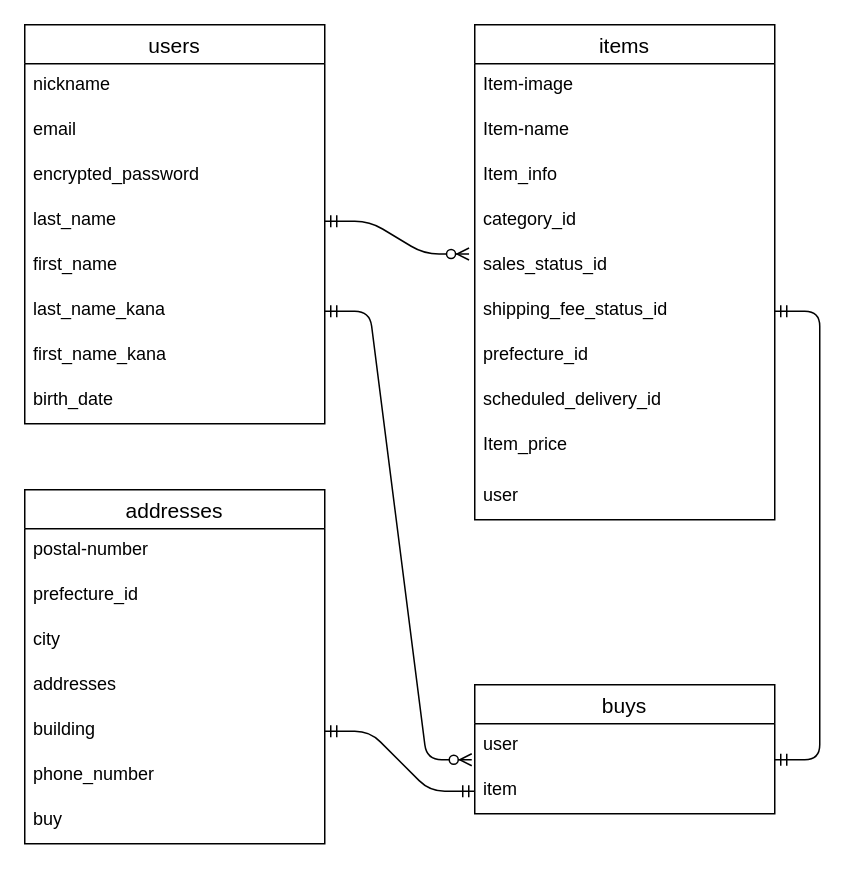
Earlier version of the draw.io diagram test.dio (hhhaaruu/furima-38630). Source tidied: cells renumbered, new cells numbered last; positions are measured from the earlier drawing's top-left corner, leaving out a move shared by most shapes. Both pictures are drawn from the tidied source at 150%, with x=0, y=0 at pixel (24, 24).
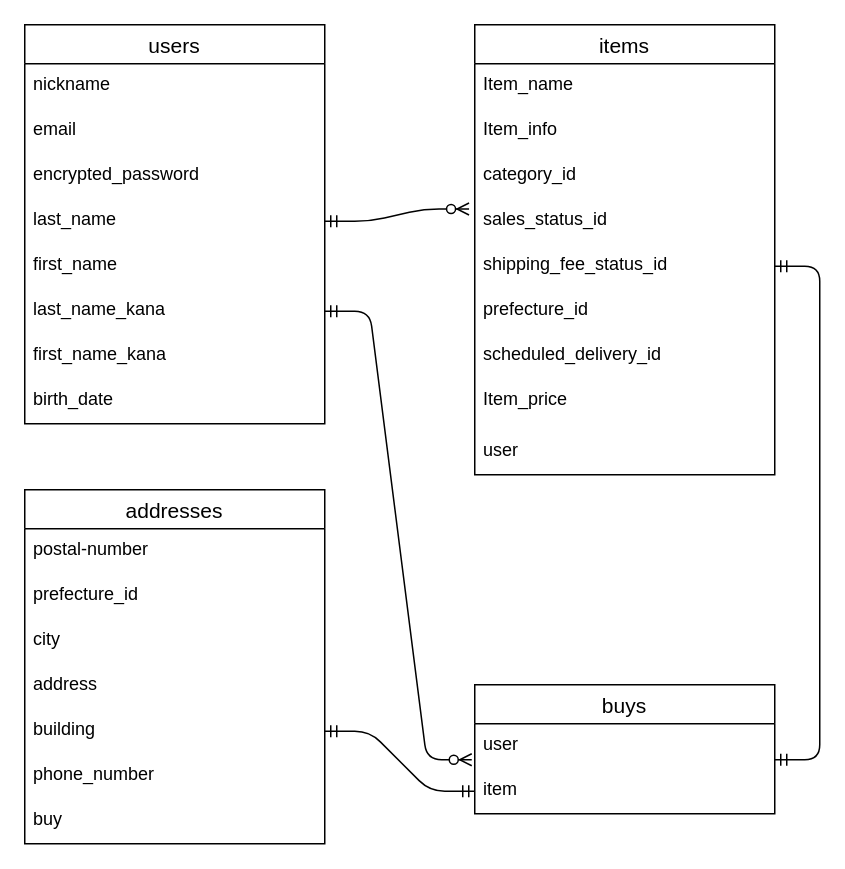
The same diagram, later.

Commit message:
DB設計　最終修正

The change refers to these unchanged cells:
```xml
<mxCell id="23" value="addresses" style="swimlane;fontStyle=0;horizontal=1;startSize=26;align=center;fontSize=14;" parent="1" vertex="1">
  <mxGeometry y="310" width="200" height="236" as="geometry" />
</mxCell>
```

Change to the diagram source:
```diff
@@
     <mxCell id="11" value="items" style="swimlane;fontStyle=0;horizontal=1;startSize=26;align=center;fontSize=14;" parent="1" vertex="1">
-      <mxGeometry x="300" width="200" height="330" as="geometry" />
+      <mxGeometry x="300" width="200" height="300" as="geometry" />
     </mxCell>
-    <mxCell id="12" value="Item-image" style="text;strokeColor=none;fillColor=none;spacingLeft=4;spacingRight=4;overflow=hidden;fontSize=12;" parent="11" vertex="1">
-      <mxGeometry y="26" width="200" height="30" as="geometry" />
-    </mxCell>
-    <mxCell id="13" value="Item-name" style="text;strokeColor=none;fillColor=none;spacingLeft=4;spacingRight=4;overflow=hidden;fontSize=12;" parent="11" vertex="1">
-      <mxGeometry y="56" width="200" height="30" as="geometry" />
+    <mxCell id="13" value="Item_name" style="text;strokeColor=none;fillColor=none;spacingLeft=4;spacingRight=4;overflow=hidden;fontSize=12;" parent="11" vertex="1">
+      <mxGeometry y="26" width="200" height="30" as="geometry" />
     </mxCell>
     <mxCell id="14" value="Item_info" style="text;strokeColor=none;fillColor=none;spacingLeft=4;spacingRight=4;overflow=hidden;fontSize=12;" parent="11" vertex="1">
-      <mxGeometry y="86" width="200" height="30" as="geometry" />
+      <mxGeometry y="56" width="200" height="30" as="geometry" />
     </mxCell>
     <mxCell id="15" value="category_id" style="text;strokeColor=none;fillColor=none;spacingLeft=4;spacingRight=4;overflow=hidden;fontSize=12;" parent="11" vertex="1">
-      <mxGeometry y="116" width="200" height="30" as="geometry" />
+      <mxGeometry y="86" width="200" height="30" as="geometry" />
     </mxCell>
     <mxCell id="16" value="sales_status_id" style="text;strokeColor=none;fillColor=none;spacingLeft=4;spacingRight=4;overflow=hidden;points=[[0,0.5],[1,0.5]];portConstraint=eastwest;fontSize=12;" parent="11" vertex="1">
-      <mxGeometry y="146" width="200" height="30" as="geometry" />
+      <mxGeometry y="116" width="200" height="30" as="geometry" />
     </mxCell>
     <mxCell id="17" value="shipping_fee_status_id" style="text;strokeColor=none;fillColor=none;spacingLeft=4;spacingRight=4;overflow=hidden;points=[[0,0.5],[1,0.5]];portConstraint=eastwest;fontSize=12;" parent="11" vertex="1">
-      <mxGeometry y="176" width="200" height="30" as="geometry" />
+      <mxGeometry y="146" width="200" height="30" as="geometry" />
     </mxCell>
     <mxCell id="18" value="prefecture_id" style="text;strokeColor=none;fillColor=none;spacingLeft=4;spacingRight=4;overflow=hidden;fontSize=12;" parent="11" vertex="1">
-      <mxGeometry y="206" width="200" height="30" as="geometry" />
+      <mxGeometry y="176" width="200" height="30" as="geometry" />
     </mxCell>
     <mxCell id="19" value="scheduled_delivery_id" style="text;strokeColor=none;fillColor=none;spacingLeft=4;spacingRight=4;overflow=hidden;fontSize=12;" parent="11" vertex="1">
-      <mxGeometry y="236" width="200" height="30" as="geometry" />
+      <mxGeometry y="206" width="200" height="30" as="geometry" />
     </mxCell>
     <mxCell id="20" value="Item_price" style="text;strokeColor=none;fillColor=none;spacingLeft=4;spacingRight=4;overflow=hidden;fontSize=12;" parent="11" vertex="1">
-      <mxGeometry y="266" width="200" height="34" as="geometry" />
+      <mxGeometry y="236" width="200" height="34" as="geometry" />
     </mxCell>
     <mxCell id="21" value="user" style="text;strokeColor=none;fillColor=none;spacingLeft=4;spacingRight=4;overflow=hidden;fontSize=12;" parent="11" vertex="1">
-      <mxGeometry y="300" width="200" height="30" as="geometry" />
+      <mxGeometry y="270" width="200" height="30" as="geometry" />
     </mxCell>
@@
-    <mxCell id="27" value="addresses" style="text;strokeColor=none;fillColor=none;spacingLeft=4;spacingRight=4;overflow=hidden;fontSize=12;" parent="23" vertex="1">
+    <mxCell id="27" value="address" style="text;strokeColor=none;fillColor=none;spacingLeft=4;spacingRight=4;overflow=hidden;fontSize=12;" parent="23" vertex="1">
       <mxGeometry y="116" width="200" height="30" as="geometry" />
     </mxCell>
```
